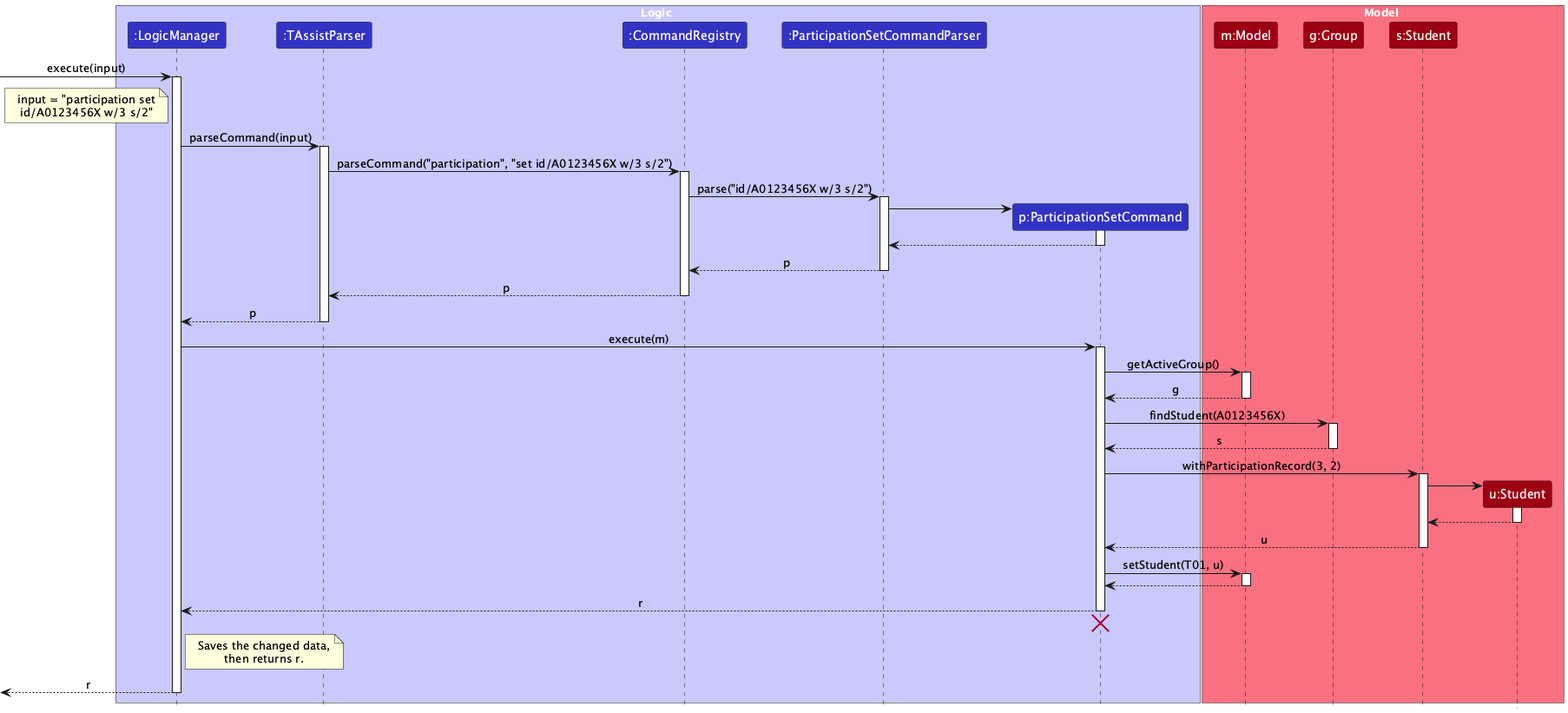
The PlantUML diagram docs/images/ParticipationSetSequenceDiagram.png in AY2627S1-CS2103T-T12-4/tp, before a commit. The source it was exported from:
```plantuml
@startuml
!include style.puml
skinparam ArrowFontStyle plain

box Logic LOGIC_COLOR_T1
participant ":LogicManager" as LogicManager LOGIC_COLOR
participant ":TAssistParser" as TAssistParser LOGIC_COLOR
participant ":CommandRegistry" as CommandRegistry LOGIC_COLOR
participant ":ParticipationSetCommandParser" as Parser LOGIC_COLOR
participant "p:ParticipationSetCommand" as Command LOGIC_COLOR
end box

box Model MODEL_COLOR_T1
participant "m:Model" as Model MODEL_COLOR
participant "g:Group" as Group MODEL_COLOR
participant "s:Student" as Student MODEL_COLOR
participant "u:Student" as Updated MODEL_COLOR
end box

[-> LogicManager : execute(input)
activate LogicManager
note left of LogicManager
  input = "participation set
  id/A0123456X w/3 s/2"
end note

LogicManager -> TAssistParser : parseCommand(input)
activate TAssistParser

TAssistParser -> CommandRegistry : parseCommand("participation", "set id/A0123456X w/3 s/2")
activate CommandRegistry

CommandRegistry -> Parser : parse("id/A0123456X w/3 s/2")
activate Parser

create Command
Parser -> Command
activate Command

Command --> Parser
deactivate Command

Parser --> CommandRegistry : p
deactivate Parser

CommandRegistry --> TAssistParser : p
deactivate CommandRegistry

TAssistParser --> LogicManager : p
deactivate TAssistParser

LogicManager -> Command : execute(m)
activate Command

Command -> Model : getActiveGroup()
activate Model
Model --> Command : g
deactivate Model

Command -> Group : findStudent(A0123456X)
activate Group
Group --> Command : s
deactivate Group

Command -> Student : withParticipationRecord(3, 2)
activate Student

create Updated
Student -> Updated
activate Updated
Updated --> Student
deactivate Updated

Student --> Command : u
deactivate Student

Command -> Model : setStudent(T01, u)
activate Model
Model --> Command
deactivate Model

Command --> LogicManager : r
deactivate Command
Command -[hidden]-> LogicManager
destroy Command

note right of LogicManager
  Saves the changed data,
  then returns r.
end note

[<-- LogicManager : r
deactivate LogicManager
@enduml
```
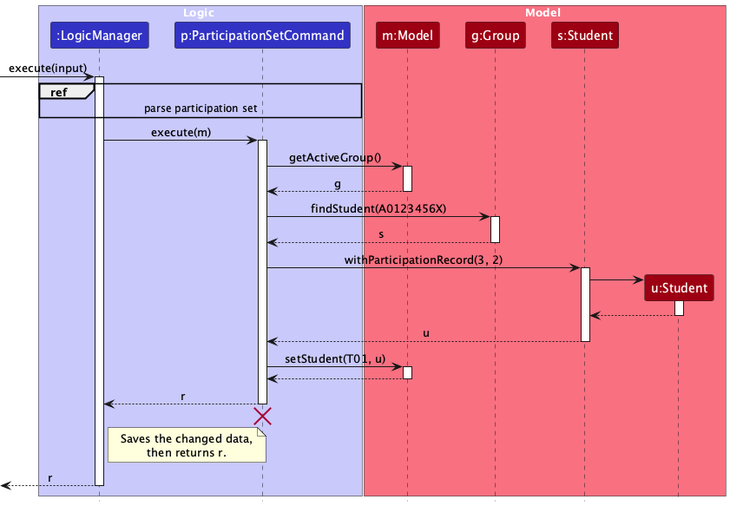
Later version of the same file.

Commit message:
Split participation set diagram into two

Change to the diagram source:
```diff
@@ -4,9 +4,6 @@
 
 box Logic LOGIC_COLOR_T1
 participant ":LogicManager" as LogicManager LOGIC_COLOR
-participant ":TAssistParser" as TAssistParser LOGIC_COLOR
-participant ":CommandRegistry" as CommandRegistry LOGIC_COLOR
-participant ":ParticipationSetCommandParser" as Parser LOGIC_COLOR
 participant "p:ParticipationSetCommand" as Command LOGIC_COLOR
 end box
 
@@ -19,35 +16,8 @@
 
 [-> LogicManager : execute(input)
 activate LogicManager
-note left of LogicManager
-  input = "participation set
-  id/A0123456X w/3 s/2"
-end note
 
-LogicManager -> TAssistParser : parseCommand(input)
-activate TAssistParser
-
-TAssistParser -> CommandRegistry : parseCommand("participation", "set id/A0123456X w/3 s/2")
-activate CommandRegistry
-
-CommandRegistry -> Parser : parse("id/A0123456X w/3 s/2")
-activate Parser
-
-create Command
-Parser -> Command
-activate Command
-
-Command --> Parser
-deactivate Command
-
-Parser --> CommandRegistry : p
-deactivate Parser
-
-CommandRegistry --> TAssistParser : p
-deactivate CommandRegistry
-
-TAssistParser --> LogicManager : p
-deactivate TAssistParser
+ref over LogicManager, Command : parse participation set
 
 LogicManager -> Command : execute(m)
 activate Command
```
